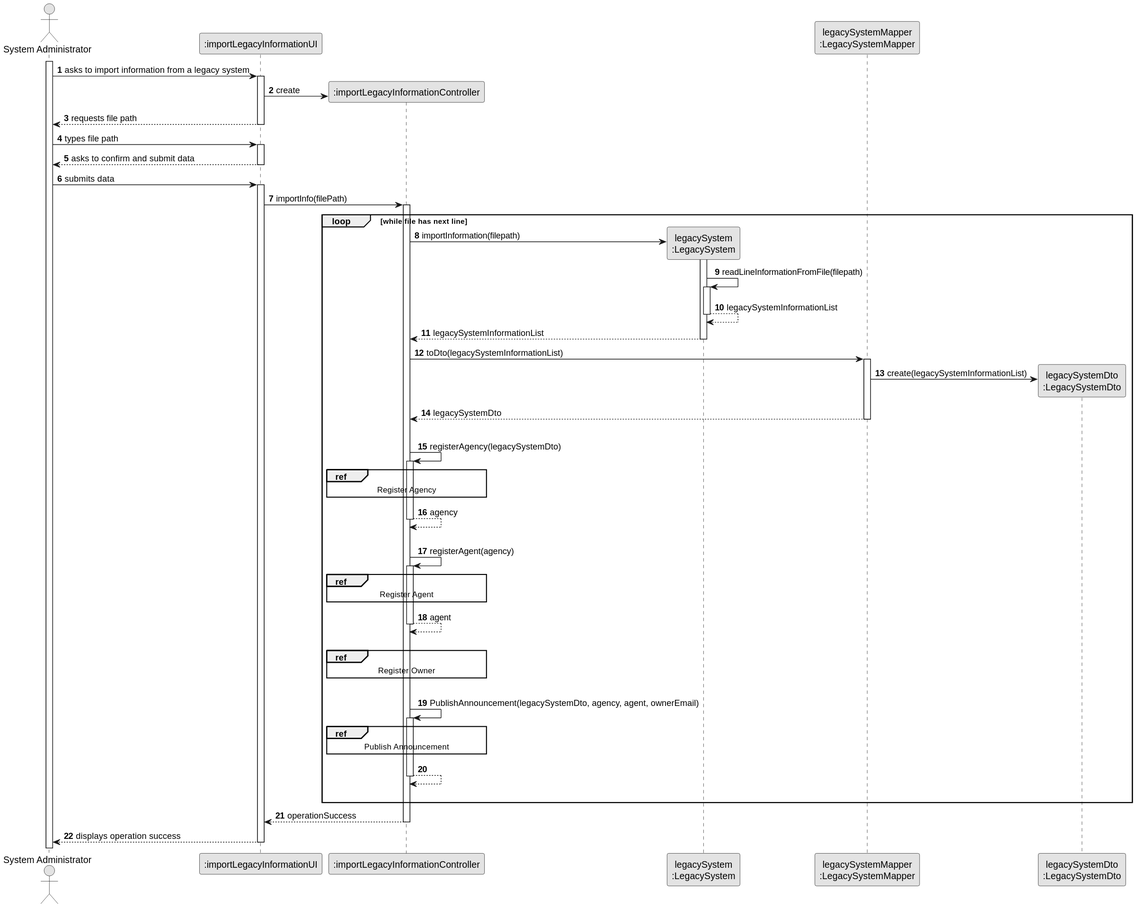
Above: docs/sprintC/us012/03.design/svg/us012-sequence-diagram-split.svg in rita-barbosa/LAPR2-2223 (PlantUML), before the change.
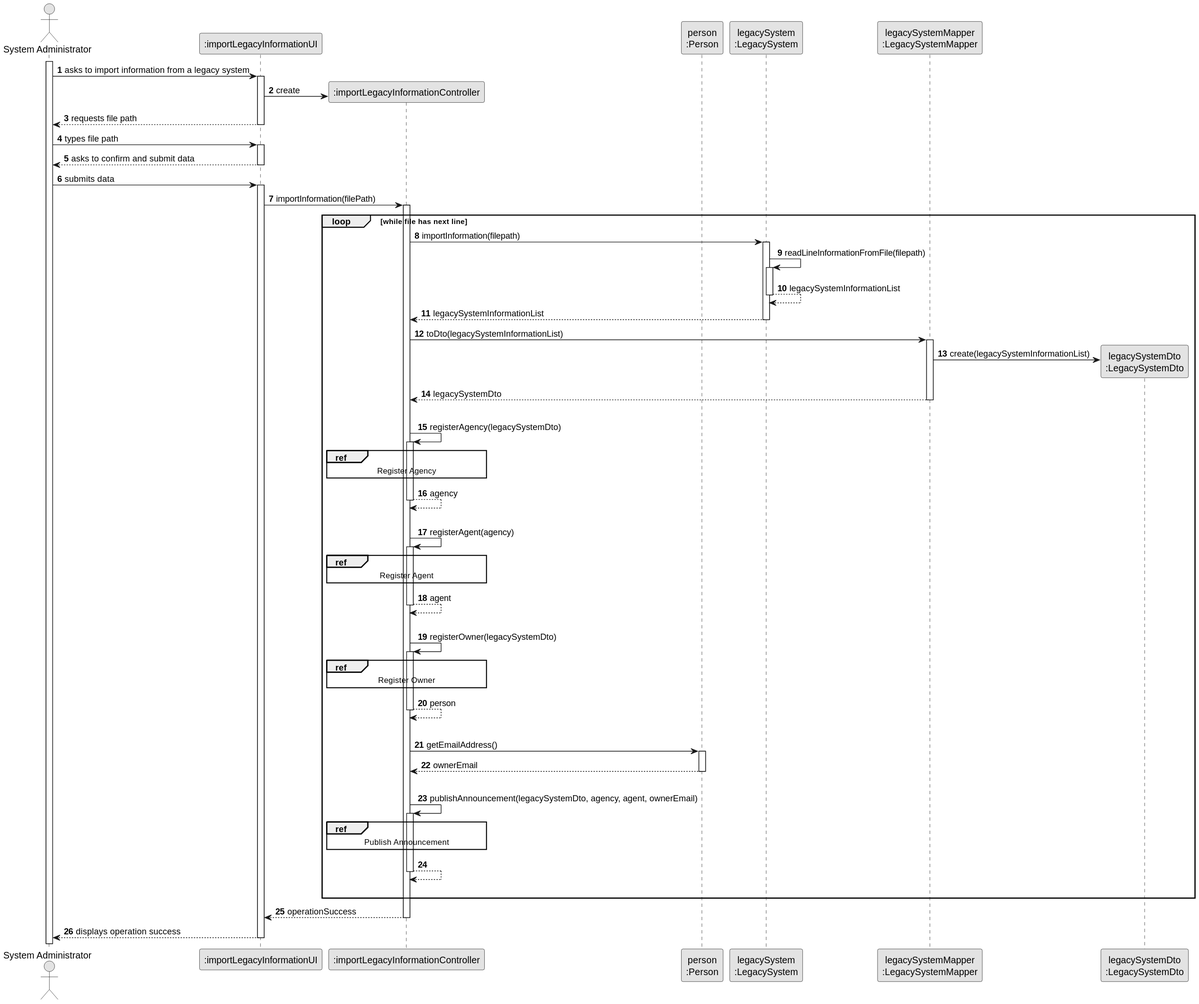
Above is the later version.

What changed in the source:
```diff
@@ -8,6 +8,7 @@
 actor "System Administrator" as ADM
 participant ":importLegacyInformationUI" as UI
 participant ":importLegacyInformationController" as CTRL
+participant "person\n:Person" as PERSON
 participant "legacySystem\n:LegacySystem" as LS
 participant "legacySystemMapper\n:LegacySystemMapper" as LSMapper
 participant "legacySystemDto\n:LegacySystemDto" as LSDto
@@ -31,13 +32,13 @@
     ADM -> UI : submits data
     activate UI
 
-    UI -> CTRL: importInfo(filePath)
+    UI -> CTRL: importInformation(filePath)
     activate CTRL
 
 
     loop while file has next line
 
-      CTRL -> LS** : importInformation(filepath)
+      CTRL -> LS: importInformation(filepath)
       activate LS
 
       LS -> LS : readLineInformationFromFile(filepath)
@@ -75,11 +76,22 @@
     CTRL --> CTRL : agent
     deactivate CTRL
     |||
+
+    CTRL -> CTRL : registerOwner(legacySystemDto)
+    activate CTRL
     ref over CTRL
         Register Owner
     end ref
+    CTRL --> CTRL: person
+    deactivate CTRL
+    |||
+    CTRL -> PERSON : getEmailAddress()
+    activate PERSON
+
+    PERSON --> CTRL : ownerEmail
+    deactivate PERSON
 |||
-    CTRL -> CTRL : PublishAnnouncement(legacySystemDto, agency, agent, ownerEmail)
+    CTRL -> CTRL : publishAnnouncement(legacySystemDto, agency, agent, ownerEmail)
     activate CTRL
     ref over CTRL
         Publish Announcement
```
